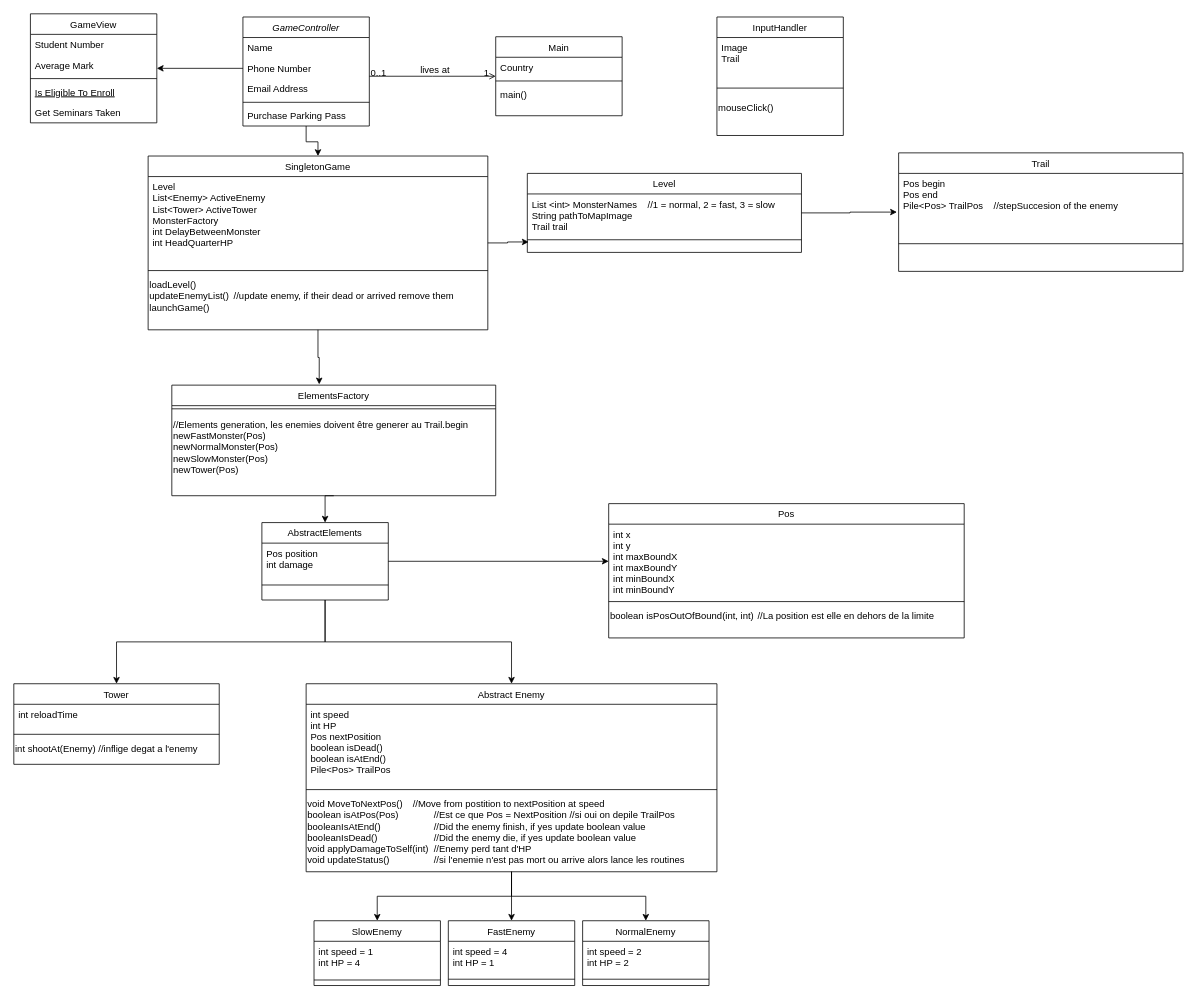
Before: Doc/Diagramme sans nom.drawio in TalbiCome/TowerDefense, a draw.io diagram. Source tidied: cells renumbered, new cells numbered last; positions are measured from the earlier drawing's top-left corner, leaving out a move shared by most shapes. Both pictures are drawn from the tidied source at 79%, with x=0, y=0 at pixel (13, 13).
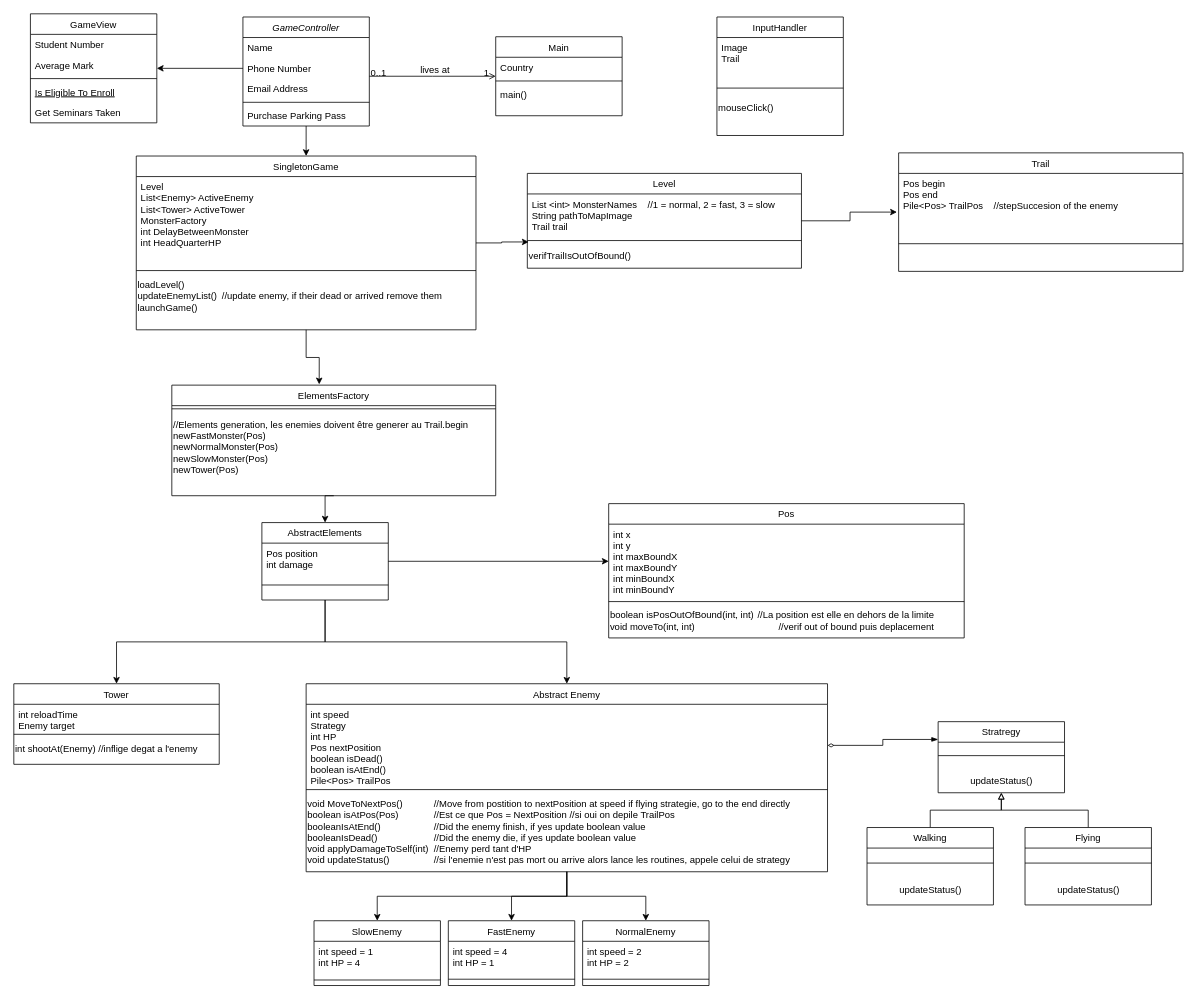
Above is the later version.

Commit message (it also covers changes not shown here):
Mettre à jour Diagramme sans nom.drawio

The change refers to these unchanged cells:
```xml
<mxCell id="27" value="Tower" style="swimlane;fontStyle=0;align=center;verticalAlign=top;horizontal=1;startSize=26;rounded=0;shadow=0;strokeWidth=1;" parent="1" vertex="1">
  <mxGeometry y="848" width="260" height="102" as="geometry" />
</mxCell>
<mxCell id="47" value="Pos" style="swimlane;fontStyle=0;align=center;verticalAlign=top;horizontal=1;startSize=26;rounded=0;shadow=0;strokeWidth=1;" parent="1" vertex="1">
  <mxGeometry x="753" y="620" width="450" height="170" as="geometry" />
</mxCell>
```

Change to the diagram source:
```diff
@@
     <mxCell id="15" value="SingletonGame" style="swimlane;fontStyle=0;align=center;verticalAlign=top;horizontal=1;startSize=26;rounded=0;shadow=0;strokeWidth=1;" parent="1" vertex="1">
-      <mxGeometry x="170" y="180" width="430" height="220" as="geometry" />
+      <mxGeometry x="155" y="180" width="430" height="220" as="geometry" />
     </mxCell>
@@
-    <mxCell id="28" value="int reloadTime" style="text;align=left;verticalAlign=top;spacingLeft=4;spacingRight=4;overflow=hidden;" parent="27" vertex="1">
+    <mxCell id="28" value="int reloadTime&#10;Enemy target&#10;" style="text;align=left;verticalAlign=top;spacingLeft=4;spacingRight=4;overflow=hidden;" parent="27" vertex="1">
       <mxGeometry y="26" width="260" height="34" as="geometry" />
     </mxCell>
@@
     <mxCell id="34" value="Abstract Enemy" style="swimlane;fontStyle=0;align=center;verticalAlign=top;horizontal=1;startSize=26;rounded=0;shadow=0;strokeWidth=1;" parent="1" vertex="1">
-      <mxGeometry x="370" y="848" width="520" height="238" as="geometry" />
+      <mxGeometry x="370" y="848" width="660" height="238" as="geometry" />
     </mxCell>
-    <mxCell id="35" value="int speed&#10;int HP&#10;Pos nextPosition&#10;boolean isDead()&#10;boolean isAtEnd()&#10;Pile&lt;Pos&gt; TrailPos" style="text;align=left;verticalAlign=top;spacingLeft=4;spacingRight=4;overflow=hidden;points=[[0,0.5],[1,0.5]];portConstraint=eastwest;" parent="34" vertex="1">
-      <mxGeometry y="26" width="520" height="104" as="geometry" />
+    <mxCell id="35" value="int speed&#10;Strategy&#10;int HP&#10;Pos nextPosition&#10;boolean isDead()&#10;boolean isAtEnd()&#10;Pile&lt;Pos&gt; TrailPos" style="text;align=left;verticalAlign=top;spacingLeft=4;spacingRight=4;overflow=hidden;points=[[0,0.5],[1,0.5]];portConstraint=eastwest;" parent="34" vertex="1">
+      <mxGeometry y="26" width="660" height="104" as="geometry" />
     </mxCell>
     <mxCell id="36" style="line;html=1;strokeWidth=1;align=left;verticalAlign=middle;spacingTop=-1;spacingLeft=3;spacingRight=3;labelPosition=right;" parent="34" vertex="1">
-      <mxGeometry y="130" width="520" height="8" as="geometry" />
+      <mxGeometry y="130" width="660" height="8" as="geometry" />
     </mxCell>
-    <mxCell id="37" value="&lt;div align=&quot;left&quot;&gt;void MoveToNextPos() &lt;span style=&quot;white-space: pre;&quot;&gt;&#9;&lt;/span&gt;//Move from postition to nextPosition at speed&lt;br&gt;&lt;/div&gt;&lt;div align=&quot;left&quot;&gt;boolean isAtPos(Pos) &lt;span style=&quot;white-space: pre;&quot;&gt;&#9;&lt;/span&gt;&lt;span style=&quot;white-space: pre;&quot;&gt;&#9;&lt;/span&gt;//Est ce que Pos = NextPosition //si oui on depile TrailPos&lt;/div&gt;&lt;div align=&quot;left&quot;&gt;booleanIsAtEnd()&lt;span style=&quot;white-space: pre;&quot;&gt;&#9;&lt;/span&gt;&lt;span style=&quot;white-space: pre;&quot;&gt;&#9;&lt;/span&gt;&lt;span style=&quot;white-space: pre;&quot;&gt;&#9;&lt;/span&gt;//Did the enemy finish, if yes update boolean value&lt;/div&gt;&lt;div align=&quot;left&quot;&gt;booleanIsDead()&lt;span style=&quot;white-space: pre;&quot;&gt;&#9;&lt;/span&gt;&lt;span style=&quot;white-space: pre;&quot;&gt;&#9;&lt;/span&gt;&lt;span style=&quot;white-space: pre;&quot;&gt;&#9;&lt;/span&gt;//Did the enemy die, if yes update boolean value&lt;br&gt;&lt;/div&gt;&lt;div&gt;void applyDamageToSelf(int)&lt;span style=&quot;white-space: pre;&quot;&gt;&#9;&lt;/span&gt;//Enemy perd tant d'HP&lt;/div&gt;&lt;div&gt;void updateStatus()&lt;span style=&quot;white-space: pre;&quot;&gt;&#9;&lt;/span&gt;&lt;span style=&quot;white-space: pre;&quot;&gt;&#9;&lt;/span&gt;&lt;span style=&quot;white-space: pre;&quot;&gt;&#9;&lt;/span&gt;//si l'enemie n'est pas mort ou arrive alors lance les routines&lt;br&gt;&lt;/div&gt;" style="text;html=1;align=left;verticalAlign=middle;strokeColor=none;fillColor=none;" parent="34" vertex="1">
-      <mxGeometry y="138" width="520" height="100" as="geometry" />
+    <mxCell id="37" value="&lt;div align=&quot;left&quot;&gt;void MoveToNextPos() &lt;span style=&quot;white-space: pre;&quot;&gt;&#9;&lt;span style=&quot;white-space: pre;&quot;&gt;&#9;&lt;/span&gt;&lt;/span&gt;//Move from postition to nextPosition at speed if flying strategie, go to the end directly&lt;br&gt;&lt;/div&gt;&lt;div align=&quot;left&quot;&gt;boolean isAtPos(Pos) &lt;span style=&quot;white-space: pre;&quot;&gt;&#9;&lt;/span&gt;&lt;span style=&quot;white-space: pre;&quot;&gt;&#9;&lt;/span&gt;//Est ce que Pos = NextPosition //si oui on depile TrailPos&lt;/div&gt;&lt;div align=&quot;left&quot;&gt;booleanIsAtEnd()&lt;span style=&quot;white-space: pre;&quot;&gt;&#9;&lt;/span&gt;&lt;span style=&quot;white-space: pre;&quot;&gt;&#9;&lt;/span&gt;&lt;span style=&quot;white-space: pre;&quot;&gt;&#9;&lt;/span&gt;//Did the enemy finish, if yes update boolean value&lt;/div&gt;&lt;div align=&quot;left&quot;&gt;booleanIsDead()&lt;span style=&quot;white-space: pre;&quot;&gt;&#9;&lt;/span&gt;&lt;span style=&quot;white-space: pre;&quot;&gt;&#9;&lt;/span&gt;&lt;span style=&quot;white-space: pre;&quot;&gt;&#9;&lt;/span&gt;//Did the enemy die, if yes update boolean value&lt;br&gt;&lt;/div&gt;&lt;div&gt;void applyDamageToSelf(int)&lt;span style=&quot;white-space: pre;&quot;&gt;&#9;&lt;/span&gt;//Enemy perd tant d'HP&lt;/div&gt;&lt;div&gt;void updateStatus()&lt;span style=&quot;white-space: pre;&quot;&gt;&#9;&lt;/span&gt;&lt;span style=&quot;white-space: pre;&quot;&gt;&#9;&lt;/span&gt;&lt;span style=&quot;white-space: pre;&quot;&gt;&#9;&lt;/span&gt;//si l'enemie n'est pas mort ou arrive alors lance les routines, appele celui de strategy&lt;br&gt;&lt;/div&gt;" style="text;html=1;align=left;verticalAlign=middle;strokeColor=none;fillColor=none;" parent="34" vertex="1">
+      <mxGeometry y="138" width="660" height="100" as="geometry" />
     </mxCell>
@@
-    <mxCell id="50" value="&lt;div&gt;boolean isPosOutOfBound(int, int)&lt;span style=&quot;white-space: pre;&quot;&gt;&#9;&lt;/span&gt;//La position est elle en dehors de la limite&lt;/div&gt;" style="text;html=1;align=left;verticalAlign=middle;strokeColor=none;fillColor=none;" parent="47" vertex="1">
-      <mxGeometry y="128" width="450" height="30" as="geometry" />
+    <mxCell id="50" value="&lt;div&gt;boolean isPosOutOfBound(int, int)&lt;span style=&quot;white-space: pre;&quot;&gt;&#9;&lt;/span&gt;//La position est elle en dehors de la limite&lt;/div&gt;&lt;div&gt;void moveTo(int, int)&lt;span style=&quot;white-space: pre;&quot;&gt;&#9;&lt;/span&gt;&lt;span style=&quot;white-space: pre;&quot;&gt;&#9;&lt;/span&gt;&lt;span style=&quot;white-space: pre;&quot;&gt;&#9;&lt;/span&gt;&lt;span style=&quot;white-space: pre;&quot;&gt;&#9;&lt;/span&gt;//verif out of bound puis deplacement&lt;br&gt;&lt;/div&gt;" style="text;html=1;align=left;verticalAlign=middle;strokeColor=none;fillColor=none;" parent="47" vertex="1">
+      <mxGeometry y="128" width="450" height="40" as="geometry" />
     </mxCell>
@@
     <mxCell id="52" value="Level" style="swimlane;fontStyle=0;align=center;verticalAlign=top;horizontal=1;startSize=26;rounded=0;shadow=0;strokeWidth=1;" parent="1" vertex="1">
-      <mxGeometry x="650" y="202" width="347" height="100" as="geometry" />
+      <mxGeometry x="650" y="202" width="347" height="120" as="geometry" />
     </mxCell>
@@
     <mxCell id="54" style="line;html=1;strokeWidth=1;align=left;verticalAlign=middle;spacingTop=-1;spacingLeft=3;spacingRight=3;labelPosition=right;" parent="52" vertex="1">
-      <mxGeometry y="80" width="347" height="8" as="geometry" />
+      <mxGeometry y="80" width="347" height="10" as="geometry" />
     </mxCell>
+    <mxCell id="75" value="&lt;div align=&quot;left&quot;&gt;verifTrailIsOutOfBound()&lt;/div&gt;" style="text;html=1;align=left;verticalAlign=middle;strokeColor=none;fillColor=none;" parent="52" vertex="1">
+      <mxGeometry y="90" width="347" height="30" as="geometry" />
+    </mxCell>
@@
+    <mxCell id="76" value="Stratregy" style="swimlane;fontStyle=0;align=center;verticalAlign=top;horizontal=1;startSize=26;rounded=0;shadow=0;strokeWidth=1;" parent="1" vertex="1">
+      <mxGeometry x="1170" y="896" width="160" height="90" as="geometry" />
+    </mxCell>
+    <mxCell id="77" style="line;html=1;strokeWidth=1;align=left;verticalAlign=middle;spacingTop=-1;spacingLeft=3;spacingRight=3;labelPosition=right;" parent="76" vertex="1">
+      <mxGeometry y="26" width="160" height="34" as="geometry" />
+    </mxCell>
+    <mxCell id="78" value="updateStatus()" style="text;html=1;align=center;verticalAlign=middle;strokeColor=none;fillColor=none;" parent="76" vertex="1">
+      <mxGeometry y="60" width="160" height="30" as="geometry" />
+    </mxCell>
+    <mxCell id="79" style="edgeStyle=orthogonalEdgeStyle;rounded=0;jettySize=auto;html=1;exitX=1;exitY=0.5;exitDx=0;exitDy=0;entryX=0;entryY=0.25;entryDx=0;entryDy=0;startArrow=diamondThin;startFill=0;endArrow=blockThin;endFill=1;strokeWidth=1;targetPerimeterSpacing=0;" parent="1" edge="1" source="35" target="76">
+      <mxGeometry relative="1" as="geometry" />
+    </mxCell>
+    <mxCell id="80" style="edgeStyle=orthogonalEdgeStyle;rounded=0;jettySize=auto;html=1;exitX=0.5;exitY=0;exitDx=0;exitDy=0;endArrow=block;endFill=0;entryX=0.5;entryY=1;entryDx=0;entryDy=0;" parent="1" edge="1" source="81" target="76">
+      <mxGeometry relative="1" as="geometry" />
+    </mxCell>
+    <mxCell id="81" value="Flying" style="swimlane;fontStyle=0;align=center;verticalAlign=top;horizontal=1;startSize=26;rounded=0;shadow=0;strokeWidth=1;" parent="1" vertex="1">
+      <mxGeometry x="1280" y="1030" width="160" height="98" as="geometry" />
+    </mxCell>
+    <mxCell id="82" style="line;html=1;strokeWidth=1;align=left;verticalAlign=middle;spacingTop=-1;spacingLeft=3;spacingRight=3;labelPosition=right;" parent="81" vertex="1">
+      <mxGeometry y="26" width="160" height="38" as="geometry" />
+    </mxCell>
+    <mxCell id="83" value="updateStatus()" style="text;html=1;align=center;verticalAlign=middle;strokeColor=none;fillColor=none;" parent="81" vertex="1">
+      <mxGeometry y="64" width="160" height="30" as="geometry" />
+    </mxCell>
+    <mxCell id="84" style="edgeStyle=orthogonalEdgeStyle;rounded=0;jettySize=auto;html=1;exitX=0.5;exitY=0;exitDx=0;exitDy=0;entryX=0.5;entryY=1;entryDx=0;entryDy=0;endArrow=block;endFill=0;" parent="1" edge="1" source="85" target="76">
+      <mxGeometry relative="1" as="geometry" />
+    </mxCell>
+    <mxCell id="85" value="Walking" style="swimlane;fontStyle=0;align=center;verticalAlign=top;horizontal=1;startSize=26;rounded=0;shadow=0;strokeWidth=1;" parent="1" vertex="1">
+      <mxGeometry x="1080" y="1030" width="160" height="98" as="geometry" />
+    </mxCell>
+    <mxCell id="86" style="line;html=1;strokeWidth=1;align=left;verticalAlign=middle;spacingTop=-1;spacingLeft=3;spacingRight=3;labelPosition=right;" parent="85" vertex="1">
+      <mxGeometry y="26" width="160" height="38" as="geometry" />
+    </mxCell>
+    <mxCell id="87" value="updateStatus()" style="text;html=1;align=center;verticalAlign=middle;strokeColor=none;fillColor=none;" parent="85" vertex="1">
+      <mxGeometry y="64" width="160" height="30" as="geometry" />
+    </mxCell>
```
